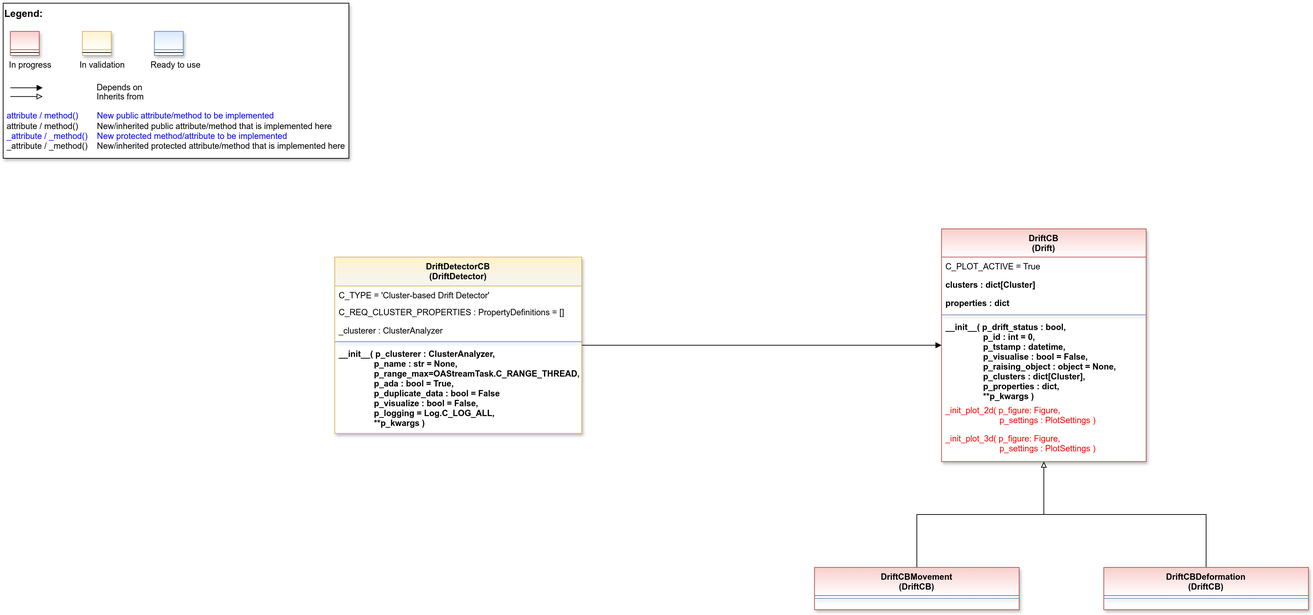
Before: doc/rtd/content/99_appendices/appendix2/sub/mlpro_oa/streams/30_change_detection/20_drift_detection/20_cluster_based/images/MLPro-OA-CB-Drift-Detectors_class_diagram.drawio.png, a diagram exported from draw.io (fhswf/MLPro). Source tidied: cells renumbered, new cells last; positions are measured from the earlier drawing's top-left corner, leaving out a move shared by most shapes.
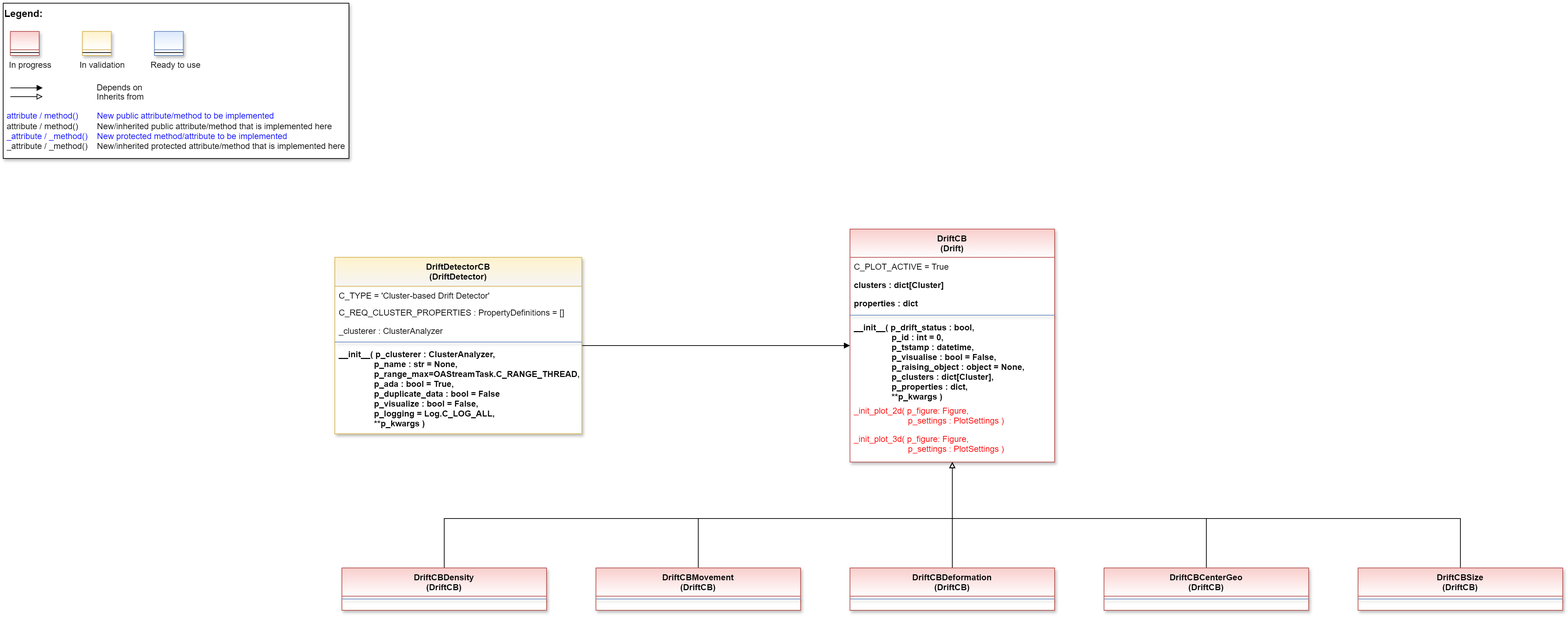
After the commit.

The edit, as a diff of the source:
```diff
@@ -43,7 +43,7 @@
     <mxCell id="11" style="line;html=1;strokeWidth=1;align=left;verticalAlign=middle;spacingTop=-1;spacingLeft=3;spacingRight=3;labelPosition=right;" parent="10" vertex="1">
       <mxGeometry y="26" width="40.8" height="8" as="geometry" />
     </mxCell>
-    <mxCell id="12" style="edgeStyle=orthogonalEdgeStyle;rounded=0;jettySize=auto;html=1;endArrow=block;endFill=1;" parent="1" edge="1" source="13" target="21">
+    <mxCell id="12" style="edgeStyle=orthogonalEdgeStyle;rounded=0;jettySize=auto;html=1;endArrow=block;endFill=1;" parent="1" edge="1" source="13" target="23">
       <mxGeometry relative="1" as="geometry" />
     </mxCell>
     <mxCell id="13" value="DriftDetectorCB&#10;(DriftDetector)" style="swimlane;align=center;verticalAlign=top;horizontal=1;startSize=41;rounded=0;shadow=1;strokeWidth=1;fillColor=#fff2cc;strokeColor=#d6b656;swimlaneFillColor=#ffffff;gradientColor=#F5F5F5;" parent="1" vertex="1">
@@ -64,47 +64,94 @@
     <mxCell id="18" value="__init__( p_clusterer : ClusterAnalyzer,&#10;               p_name : str = None,&#10;               p_range_max=OAStreamTask.C_RANGE_THREAD,&#10;               p_ada : bool = True,&#10;               p_duplicate_data : bool = False&#10;               p_visualize : bool = False,&#10;               p_logging = Log.C_LOG_ALL,&#10;               **p_kwargs )" style="text;align=left;verticalAlign=top;spacingLeft=4;spacingRight=4;overflow=hidden;fontStyle=1;" parent="13" vertex="1">
       <mxGeometry y="124" width="350" height="126" as="geometry" />
     </mxCell>
-    <mxCell id="19" style="edgeStyle=orthogonalEdgeStyle;rounded=0;jettySize=auto;html=1;endArrow=block;endFill=0;exitX=0.5;exitY=0;exitDx=0;exitDy=0;" parent="1" edge="1" source="29" target="21">
-      <mxGeometry relative="1" as="geometry" />
+    <mxCell id="19" style="edgeStyle=orthogonalEdgeStyle;rounded=0;jettySize=auto;html=1;endArrow=block;endFill=0;exitX=0.5;exitY=0;exitDx=0;exitDy=0;" parent="1" edge="1" source="31" target="23">
+      <mxGeometry relative="1" as="geometry">
+        <Array as="points">
+          <mxPoint x="985" y="730" />
+          <mxPoint x="1345" y="730" />
+        </Array>
+      </mxGeometry>
     </mxCell>
-    <mxCell id="20" style="edgeStyle=orthogonalEdgeStyle;rounded=0;jettySize=auto;html=1;endArrow=block;endFill=0;" parent="1" edge="1" source="31" target="21">
+    <mxCell id="20" style="edgeStyle=orthogonalEdgeStyle;rounded=0;jettySize=auto;html=1;endArrow=block;endFill=0;" parent="1" edge="1" source="33" target="23">
       <mxGeometry relative="1" as="geometry" />
     </mxCell>
-    <mxCell id="21" value="DriftCB&#10;(Drift)" style="swimlane;fontStyle=1;align=center;verticalAlign=top;horizontal=1;startSize=40;rounded=0;shadow=1;strokeWidth=1;fillColor=#f8cecc;strokeColor=#b85450;swimlaneFillColor=#ffffff;fontFamily=Helvetica;fontSize=12;gradientColor=#FFFFFF;" parent="1" vertex="1">
-      <mxGeometry x="1330" y="320" width="290" height="330" as="geometry" />
+    <mxCell id="21" style="edgeStyle=orthogonalEdgeStyle;rounded=0;jettySize=auto;html=1;exitX=0.5;exitY=0;exitDx=0;exitDy=0;endArrow=block;endFill=0;" parent="1" edge="1" source="37" target="23">
+      <mxGeometry relative="1" as="geometry">
+        <Array as="points">
+          <mxPoint x="1705" y="730" />
+          <mxPoint x="1345" y="730" />
+        </Array>
+      </mxGeometry>
     </mxCell>
-    <mxCell id="22" value="C_PLOT_ACTIVE = True" style="text;align=left;verticalAlign=top;spacingLeft=4;spacingRight=4;overflow=hidden;" parent="21" vertex="1">
-      <mxGeometry y="40" width="290" height="26" as="geometry" />
+    <mxCell id="22" style="edgeStyle=orthogonalEdgeStyle;rounded=0;jettySize=auto;html=1;endArrow=block;endFill=0;exitX=0.5;exitY=0;exitDx=0;exitDy=0;" parent="1" edge="1" source="35" target="23">
+      <mxGeometry relative="1" as="geometry">
+        <Array as="points">
+          <mxPoint x="2065" y="730" />
+          <mxPoint x="1345" y="730" />
+        </Array>
+      </mxGeometry>
     </mxCell>
-    <mxCell id="23" value="clusters : dict[Cluster]" style="text;align=left;verticalAlign=top;spacingLeft=4;spacingRight=4;overflow=hidden;points=[[0,0.5],[1,0.5]];portConstraint=eastwest;fontStyle=1;" parent="21" vertex="1">
-      <mxGeometry y="66" width="290" height="26" as="geometry" />
+    <mxCell id="23" value="DriftCB&#10;(Drift)" style="swimlane;fontStyle=1;align=center;verticalAlign=top;horizontal=1;startSize=40;rounded=0;shadow=1;strokeWidth=1;fillColor=#f8cecc;strokeColor=#b85450;swimlaneFillColor=#ffffff;fontFamily=Helvetica;fontSize=12;gradientColor=#FFFFFF;" parent="1" vertex="1">
+      <mxGeometry x="1200" y="320" width="290" height="330" as="geometry" />
     </mxCell>
-    <mxCell id="24" value="properties : dict" style="text;align=left;verticalAlign=top;spacingLeft=4;spacingRight=4;overflow=hidden;fontStyle=1;" parent="21" vertex="1">
-      <mxGeometry y="92" width="290" height="26" as="geometry" />
+    <mxCell id="24" value="C_PLOT_ACTIVE = True" style="text;align=left;verticalAlign=top;spacingLeft=4;spacingRight=4;overflow=hidden;" parent="23" vertex="1">
+      <mxGeometry y="40" width="290" height="26" as="geometry" />
     </mxCell>
-    <mxCell id="25" style="line;html=1;strokeWidth=1;align=center;verticalAlign=top;spacingTop=-1;spacingLeft=3;spacingRight=3;labelPosition=right;rounded=0;shadow=1;strokeColor=#6c8ebf;swimlaneFillColor=#ffffff;fontFamily=Helvetica;fontSize=12;fontColor=default;fontStyle=1;fillColor=#dae8fc;gradientColor=#ffffff;" parent="21" vertex="1">
-      <mxGeometry y="118" width="290" height="8" as="geometry" />
+    <mxCell id="25" value="clusters : dict[Cluster]" style="text;align=left;verticalAlign=top;spacingLeft=4;spacingRight=4;overflow=hidden;fontStyle=1;" parent="23" vertex="1">
+      <mxGeometry y="66" width="290" height="26" as="geometry" />
     </mxCell>
-    <mxCell id="26" value="__init__( p_drift_status : bool,&#10;                p_id : int = 0,&#10;                p_tstamp : datetime,&#10;                p_visualise : bool = False,&#10;                p_raising_object : object = None,&#10;                p_clusters : dict[Cluster],&#10;                p_properties : dict,&#10;                **p_kwargs )" style="text;align=left;verticalAlign=top;spacingLeft=4;spacingRight=4;overflow=hidden;fontStyle=1;" parent="21" vertex="1">
-      <mxGeometry y="126" width="290" height="118" as="geometry" />
+    <mxCell id="26" value="properties : dict" style="text;align=left;verticalAlign=top;spacingLeft=4;spacingRight=4;overflow=hidden;fontStyle=1;" parent="23" vertex="1">
+      <mxGeometry y="92" width="290" height="26" as="geometry" />
     </mxCell>
-    <mxCell id="27" value="_init_plot_2d( p_figure: Figure, &#10;                       p_settings : PlotSettings )" style="text;align=left;verticalAlign=top;spacingLeft=4;spacingRight=4;overflow=hidden;fontColor=#FF0000;" parent="21" vertex="1">
-      <mxGeometry y="244" width="290" height="40" as="geometry" />
+    <mxCell id="27" style="line;html=1;strokeWidth=1;align=center;verticalAlign=top;spacingTop=-1;spacingLeft=3;spacingRight=3;labelPosition=right;rounded=0;shadow=1;strokeColor=#6c8ebf;swimlaneFillColor=#ffffff;fontFamily=Helvetica;fontSize=12;fontColor=default;fontStyle=1;fillColor=#dae8fc;gradientColor=#ffffff;" parent="23" vertex="1">
+      <mxGeometry y="118" width="290" height="8" as="geometry" />
     </mxCell>
-    <mxCell id="28" value="_init_plot_3d( p_figure: Figure, &#10;                       p_settings : PlotSettings )" style="text;align=left;verticalAlign=top;spacingLeft=4;spacingRight=4;overflow=hidden;fontColor=#FF0000;" parent="21" vertex="1">
-      <mxGeometry y="284" width="290" height="40" as="geometry" />
+    <mxCell id="28" value="__init__( p_drift_status : bool,&#10;                p_id : int = 0,&#10;                p_tstamp : datetime,&#10;                p_visualise : bool = False,&#10;                p_raising_object : object = None,&#10;                p_clusters : dict[Cluster],&#10;                p_properties : dict,&#10;                **p_kwargs )" style="text;align=left;verticalAlign=top;spacingLeft=4;spacingRight=4;overflow=hidden;fontStyle=1;" parent="23" vertex="1">
+      <mxGeometry y="126" width="290" height="118" as="geometry" />
     </mxCell>
-    <mxCell id="29" value="DriftCBMovement&#10;(DriftCB)" style="swimlane;fontStyle=1;align=center;verticalAlign=top;horizontal=1;startSize=40;rounded=0;shadow=1;strokeWidth=1;fillColor=#f8cecc;strokeColor=#b85450;swimlaneFillColor=#ffffff;fontFamily=Helvetica;fontSize=12;gradientColor=#FFFFFF;" parent="1" vertex="1">
-      <mxGeometry x="1150" y="800" width="290" height="60" as="geometry" />
+    <mxCell id="29" value="_init_plot_2d( p_figure: Figure, &#10;                       p_settings : PlotSettings )" style="text;align=left;verticalAlign=top;spacingLeft=4;spacingRight=4;overflow=hidden;points=[[0,0.5],[1,0.5]];portConstraint=eastwest;fontColor=#FF0000;" parent="23" vertex="1">
+      <mxGeometry y="244" width="290" height="40" as="geometry" />
     </mxCell>
-    <mxCell id="30" style="line;html=1;strokeWidth=1;align=center;verticalAlign=top;spacingTop=-1;spacingLeft=3;spacingRight=3;labelPosition=right;rounded=0;shadow=1;strokeColor=#6c8ebf;swimlaneFillColor=#ffffff;fontFamily=Helvetica;fontSize=12;fontColor=default;fontStyle=1;fillColor=#dae8fc;gradientColor=#ffffff;" parent="29" vertex="1">
-      <mxGeometry y="40" width="290" height="8" as="geometry" />
+    <mxCell id="30" value="_init_plot_3d( p_figure: Figure, &#10;                       p_settings : PlotSettings )" style="text;align=left;verticalAlign=top;spacingLeft=4;spacingRight=4;overflow=hidden;fontColor=#FF0000;" parent="23" vertex="1">
+      <mxGeometry y="284" width="290" height="40" as="geometry" />
     </mxCell>
-    <mxCell id="31" value="DriftCBDeformation&#10;(DriftCB)" style="swimlane;fontStyle=1;align=center;verticalAlign=top;horizontal=1;startSize=40;rounded=0;shadow=1;strokeWidth=1;fillColor=#f8cecc;strokeColor=#b85450;swimlaneFillColor=#ffffff;fontFamily=Helvetica;fontSize=12;gradientColor=#FFFFFF;" parent="1" vertex="1">
-      <mxGeometry x="1560" y="800" width="290" height="60" as="geometry" />
+    <mxCell id="31" value="DriftCBMovement&#10;(DriftCB)" style="swimlane;fontStyle=1;align=center;verticalAlign=top;horizontal=1;startSize=40;rounded=0;shadow=1;strokeWidth=1;fillColor=#f8cecc;strokeColor=#b85450;swimlaneFillColor=#ffffff;fontFamily=Helvetica;fontSize=12;gradientColor=#FFFFFF;" parent="1" vertex="1">
+      <mxGeometry x="840" y="800" width="290" height="60" as="geometry" />
     </mxCell>
     <mxCell id="32" style="line;html=1;strokeWidth=1;align=center;verticalAlign=top;spacingTop=-1;spacingLeft=3;spacingRight=3;labelPosition=right;rounded=0;shadow=1;strokeColor=#6c8ebf;swimlaneFillColor=#ffffff;fontFamily=Helvetica;fontSize=12;fontColor=default;fontStyle=1;fillColor=#dae8fc;gradientColor=#ffffff;" parent="31" vertex="1">
       <mxGeometry y="40" width="290" height="8" as="geometry" />
     </mxCell>
+    <mxCell id="33" value="DriftCBDeformation&#10;(DriftCB)" style="swimlane;fontStyle=1;align=center;verticalAlign=top;horizontal=1;startSize=40;rounded=0;shadow=1;strokeWidth=1;fillColor=#f8cecc;strokeColor=#b85450;swimlaneFillColor=#ffffff;fontFamily=Helvetica;fontSize=12;gradientColor=#FFFFFF;" parent="1" vertex="1">
+      <mxGeometry x="1200" y="800" width="290" height="60" as="geometry" />
+    </mxCell>
+    <mxCell id="34" style="line;html=1;strokeWidth=1;align=center;verticalAlign=top;spacingTop=-1;spacingLeft=3;spacingRight=3;labelPosition=right;rounded=0;shadow=1;strokeColor=#6c8ebf;swimlaneFillColor=#ffffff;fontFamily=Helvetica;fontSize=12;fontColor=default;fontStyle=1;fillColor=#dae8fc;gradientColor=#ffffff;" parent="33" vertex="1">
+      <mxGeometry y="40" width="290" height="8" as="geometry" />
+    </mxCell>
+    <mxCell id="35" value="DriftCBSize&#10;(DriftCB)" style="swimlane;fontStyle=1;align=center;verticalAlign=top;horizontal=1;startSize=40;rounded=0;shadow=1;strokeWidth=1;fillColor=#f8cecc;strokeColor=#b85450;swimlaneFillColor=#ffffff;fontFamily=Helvetica;fontSize=12;gradientColor=#FFFFFF;" parent="1" vertex="1">
+      <mxGeometry x="1920" y="800" width="290" height="60" as="geometry" />
+    </mxCell>
+    <mxCell id="36" style="line;html=1;strokeWidth=1;align=center;verticalAlign=top;spacingTop=-1;spacingLeft=3;spacingRight=3;labelPosition=right;rounded=0;shadow=1;strokeColor=#6c8ebf;swimlaneFillColor=#ffffff;fontFamily=Helvetica;fontSize=12;fontColor=default;fontStyle=1;fillColor=#dae8fc;gradientColor=#ffffff;" parent="35" vertex="1">
+      <mxGeometry y="40" width="290" height="8" as="geometry" />
+    </mxCell>
+    <mxCell id="37" value="DriftCBCenterGeo&#10;(DriftCB)" style="swimlane;fontStyle=1;align=center;verticalAlign=top;horizontal=1;startSize=40;rounded=0;shadow=1;strokeWidth=1;fillColor=#f8cecc;strokeColor=#b85450;swimlaneFillColor=#ffffff;fontFamily=Helvetica;fontSize=12;gradientColor=#FFFFFF;" parent="1" vertex="1">
+      <mxGeometry x="1560" y="800" width="290" height="60" as="geometry" />
+    </mxCell>
+    <mxCell id="38" style="line;html=1;strokeWidth=1;align=center;verticalAlign=top;spacingTop=-1;spacingLeft=3;spacingRight=3;labelPosition=right;rounded=0;shadow=1;strokeColor=#6c8ebf;swimlaneFillColor=#ffffff;fontFamily=Helvetica;fontSize=12;fontColor=default;fontStyle=1;fillColor=#dae8fc;gradientColor=#ffffff;" parent="37" vertex="1">
+      <mxGeometry y="40" width="290" height="8" as="geometry" />
+    </mxCell>
+    <mxCell id="39" style="edgeStyle=orthogonalEdgeStyle;rounded=0;jettySize=auto;html=1;entryX=0.5;entryY=1;entryDx=0;entryDy=0;endArrow=block;endFill=0;" parent="1" edge="1" source="40" target="23">
+      <mxGeometry relative="1" as="geometry">
+        <Array as="points">
+          <mxPoint x="625" y="730" />
+          <mxPoint x="1345" y="730" />
+        </Array>
+      </mxGeometry>
+    </mxCell>
+    <mxCell id="40" value="DriftCBDensity&#10;(DriftCB)" style="swimlane;fontStyle=1;align=center;verticalAlign=top;horizontal=1;startSize=40;rounded=0;shadow=1;strokeWidth=1;fillColor=#f8cecc;strokeColor=#b85450;swimlaneFillColor=#ffffff;fontFamily=Helvetica;fontSize=12;gradientColor=#FFFFFF;" parent="1" vertex="1">
+      <mxGeometry x="480" y="800" width="290" height="60" as="geometry" />
+    </mxCell>
+    <mxCell id="41" style="line;html=1;strokeWidth=1;align=center;verticalAlign=top;spacingTop=-1;spacingLeft=3;spacingRight=3;labelPosition=right;rounded=0;shadow=1;strokeColor=#6c8ebf;swimlaneFillColor=#ffffff;fontFamily=Helvetica;fontSize=12;fontColor=default;fontStyle=1;fillColor=#dae8fc;gradientColor=#ffffff;" parent="40" vertex="1">
+      <mxGeometry y="40" width="290" height="8" as="geometry" />
+    </mxCell>
   </root>
 </mxGraphModel>
```
